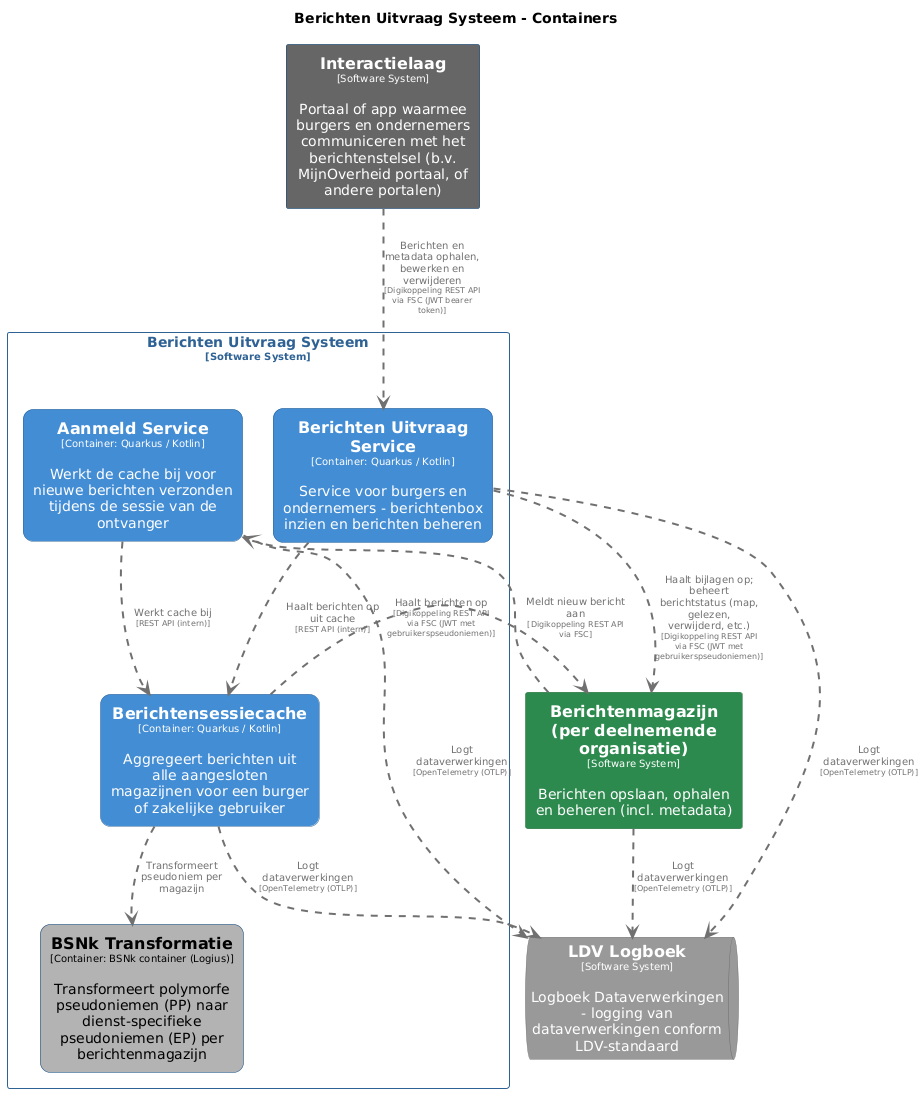
Earlier version of the PlantUML export pr-preview/pr-22/master/png/BerichtenUitvraagSysteemContainers.png (MinBZK/moza-poc-fbs-berichtenbox).
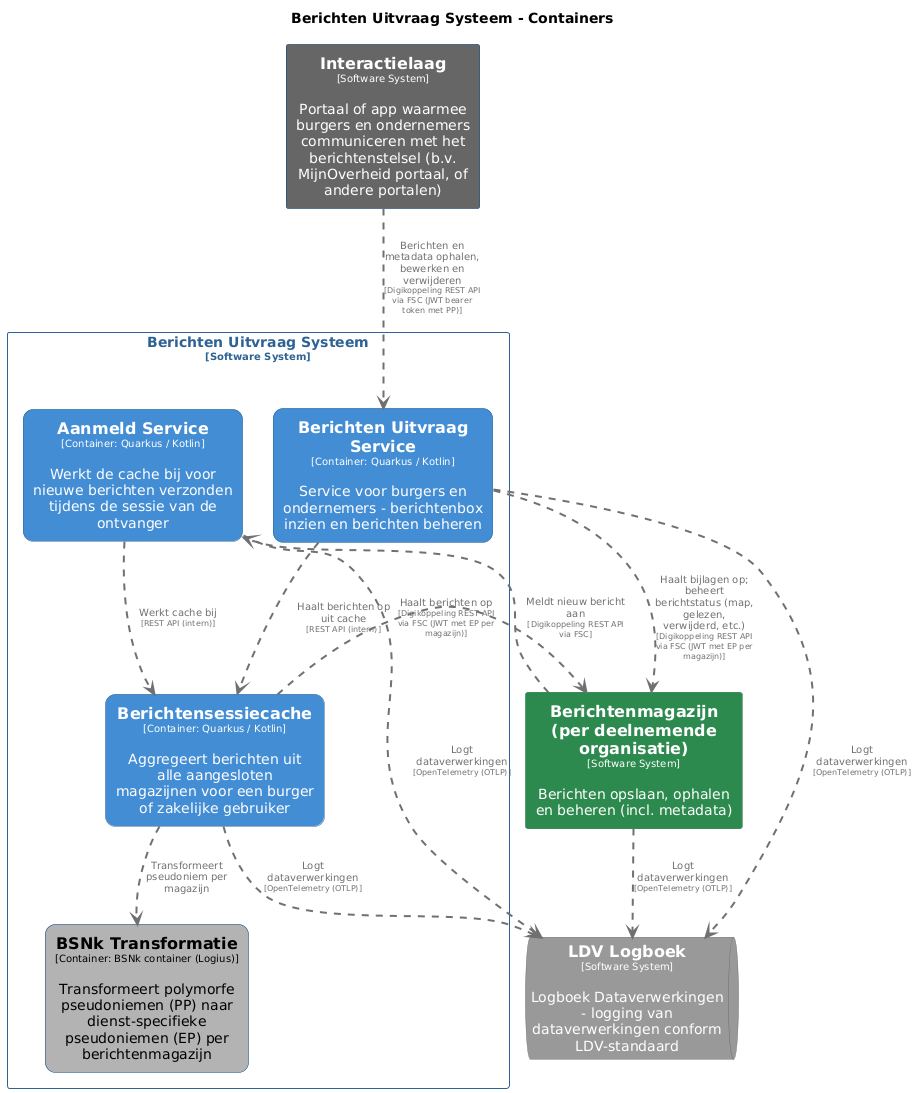
After the change.

Change to the diagram source:
```diff
@@ -78,7 +78,7 @@
   rectangle "==Aanmeld Service\n<size:10>[Container: Quarkus / Kotlin]</size>\n\nWerkt de cache bij voor nieuwe berichten verzonden tijdens de sessie van de ontvanger" <<BerichtenUitvraagSysteem.AanmeldService>> as BerichtenUitvraagSysteem.AanmeldService
 }
 
-BerichtenUitvraagSysteem.Berichtensessiecache .[#707070,thickness=2].> Berichtenmagazijnperdeelnemendeorganisatie : "<color:#707070>Haalt berichten op\n<color:#707070><size:8>[Digikoppeling REST API via FSC (JWT met gebruikerspseudoniemen)]</size>"
+BerichtenUitvraagSysteem.Berichtensessiecache .[#707070,thickness=2].> Berichtenmagazijnperdeelnemendeorganisatie : "<color:#707070>Haalt berichten op\n<color:#707070><size:8>[Digikoppeling REST API via FSC (JWT met EP per magazijn)]</size>"
 Berichtenmagazijnperdeelnemendeorganisatie .[#707070,thickness=2].> LDVLogboek : "<color:#707070>Logt dataverwerkingen\n<color:#707070><size:8>[OpenTelemetry (OTLP)]</size>"
 BerichtenUitvraagSysteem.Berichtensessiecache .[#707070,thickness=2].> LDVLogboek : "<color:#707070>Logt dataverwerkingen\n<color:#707070><size:8>[OpenTelemetry (OTLP)]</size>"
 BerichtenUitvraagSysteem.BerichtenUitvraagService .[#707070,thickness=2].> LDVLogboek : "<color:#707070>Logt dataverwerkingen\n<color:#707070><size:8>[OpenTelemetry (OTLP)]</size>"
@@ -86,7 +86,7 @@
 BerichtenUitvraagSysteem.Berichtensessiecache .[#707070,thickness=2].> BerichtenUitvraagSysteem.BSNkTransformatie : "<color:#707070>Transformeert pseudoniem per magazijn"
 BerichtenUitvraagSysteem.AanmeldService .[#707070,thickness=2].> BerichtenUitvraagSysteem.Berichtensessiecache : "<color:#707070>Werkt cache bij\n<color:#707070><size:8>[REST API (intern)]</size>"
 BerichtenUitvraagSysteem.BerichtenUitvraagService .[#707070,thickness=2].> BerichtenUitvraagSysteem.Berichtensessiecache : "<color:#707070>Haalt berichten op uit cache\n<color:#707070><size:8>[REST API (intern)]</size>"
-Interactielaag .[#707070,thickness=2].> BerichtenUitvraagSysteem.BerichtenUitvraagService : "<color:#707070>Berichten en metadata ophalen, bewerken en verwijderen\n<color:#707070><size:8>[Digikoppeling REST API via FSC (JWT bearer token)]</size>"
-BerichtenUitvraagSysteem.BerichtenUitvraagService .[#707070,thickness=2].> Berichtenmagazijnperdeelnemendeorganisatie : "<color:#707070>Haalt bijlagen op; beheert berichtstatus (map, gelezen, verwijderd, etc.)\n<color:#707070><size:8>[Digikoppeling REST API via FSC (JWT met gebruikerspseudoniemen)]</size>"
+Interactielaag .[#707070,thickness=2].> BerichtenUitvraagSysteem.BerichtenUitvraagService : "<color:#707070>Berichten en metadata ophalen, bewerken en verwijderen\n<color:#707070><size:8>[Digikoppeling REST API via FSC (JWT bearer token met PP)]</size>"
+BerichtenUitvraagSysteem.BerichtenUitvraagService .[#707070,thickness=2].> Berichtenmagazijnperdeelnemendeorganisatie : "<color:#707070>Haalt bijlagen op; beheert berichtstatus (map, gelezen, verwijderd, etc.)\n<color:#707070><size:8>[Digikoppeling REST API via FSC (JWT met EP per magazijn)]</size>"
 Berichtenmagazijnperdeelnemendeorganisatie .[#707070,thickness=2].> BerichtenUitvraagSysteem.AanmeldService : "<color:#707070>Meldt nieuw bericht aan\n<color:#707070><size:8>[Digikoppeling REST API via FSC]</size>"
 @enduml
```
